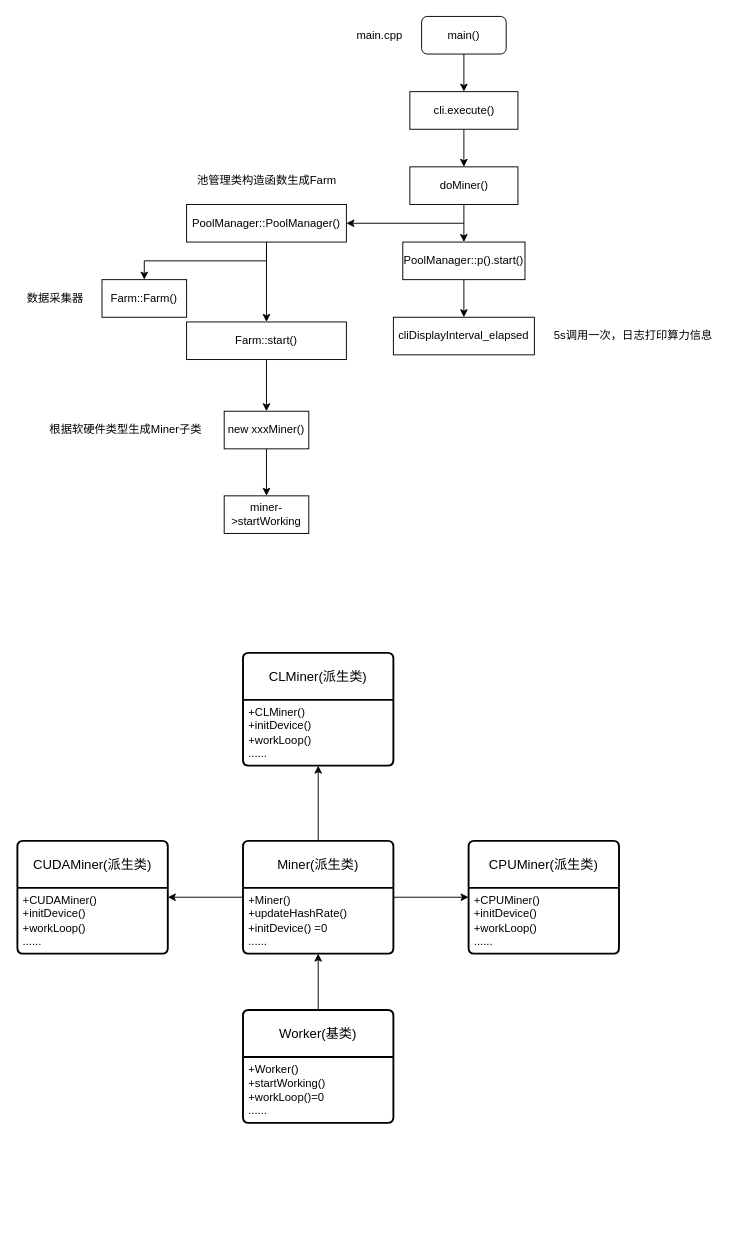
Above: doc/gpu-miner.drawio in WeddySong/ceph (draw.io), before the change. Source tidied: cells renumbered, new cells numbered last; positions are measured from the earlier drawing's top-left corner, leaving out a move shared by most shapes. Both pictures are drawn from the tidied source at 94%, with x=0, y=0 at pixel (17, 16).
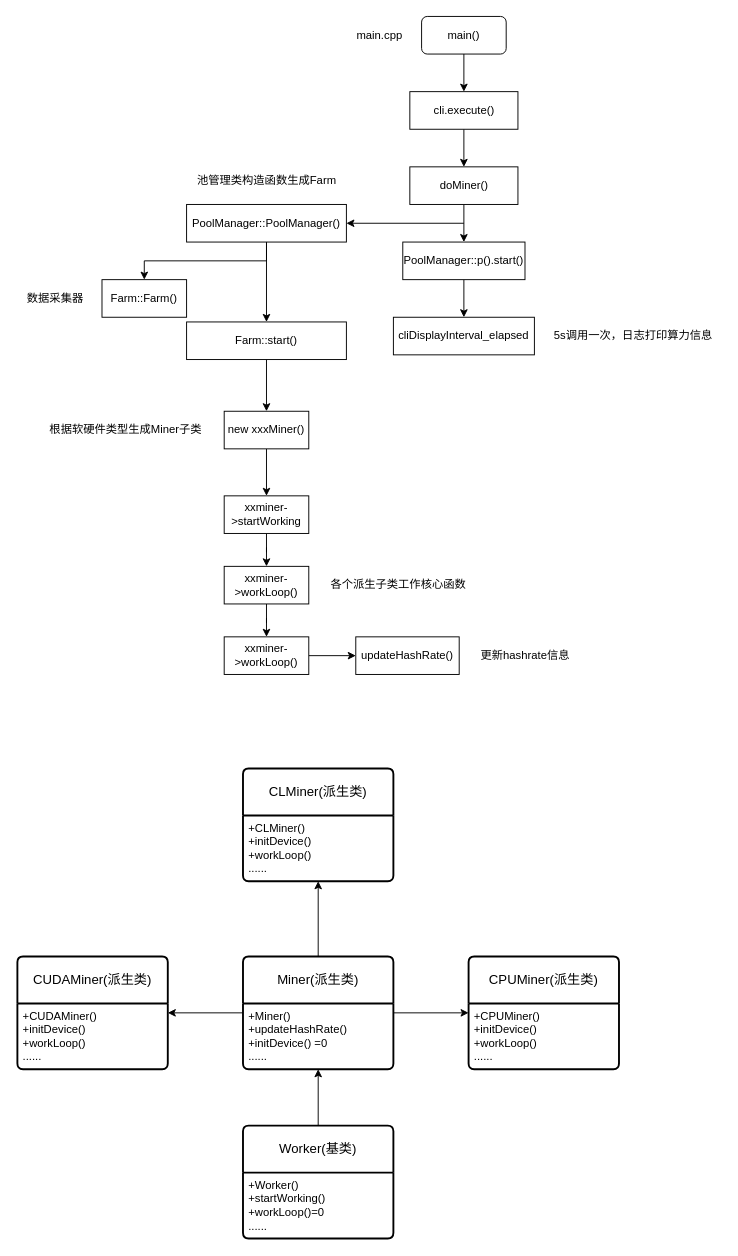
Above is the later version.

Change to the diagram source:
```diff
@@
+    <mxCell id="40" style="edgeStyle=orthogonalEdgeStyle;rounded=0;jettySize=auto;html=1;" parent="1" edge="1" source="25" target="42">
+      <mxGeometry relative="1" as="geometry" />
+    </mxCell>
-    <mxCell id="25" value="miner-&amp;gt;startWorking" style="rounded=0;whiteSpace=wrap;html=1;" parent="1" vertex="1">
+    <mxCell id="25" value="xxminer-&amp;gt;startWorking" style="rounded=0;whiteSpace=wrap;html=1;" parent="1" vertex="1">
       <mxGeometry x="220" y="510" width="90" height="40" as="geometry" />
     </mxCell>
@@
     <mxCell id="27" value="Worker(基类)" style="swimlane;horizontal=1;startSize=50;rounded=1;fontSize=14;fontStyle=0;strokeWidth=2;shadow=0;dashed=0;align=center;arcSize=4;whiteSpace=wrap;html=1;" parent="1" vertex="1">
-      <mxGeometry x="240" y="1057" width="160" height="120" as="geometry" />
+      <mxGeometry x="240" y="1180" width="160" height="120" as="geometry" />
     </mxCell>
@@
     <mxCell id="32" value="Miner(派生类)" style="swimlane;horizontal=1;startSize=50;rounded=1;fontSize=14;fontStyle=0;strokeWidth=2;shadow=0;dashed=0;align=center;arcSize=4;whiteSpace=wrap;html=1;" parent="1" vertex="1">
-      <mxGeometry x="240" y="877" width="160" height="120" as="geometry" />
+      <mxGeometry x="240" y="1000" width="160" height="120" as="geometry" />
     </mxCell>
@@
     <mxCell id="34" value="CPUMiner(派生类)" style="swimlane;horizontal=1;startSize=50;rounded=1;fontSize=14;fontStyle=0;strokeWidth=2;shadow=0;dashed=0;align=center;arcSize=4;whiteSpace=wrap;html=1;" parent="1" vertex="1">
-      <mxGeometry x="480" y="877" width="160" height="120" as="geometry" />
+      <mxGeometry x="480" y="1000" width="160" height="120" as="geometry" />
     </mxCell>
@@
     <mxCell id="36" value="CUDAMiner(派生类)" style="swimlane;horizontal=1;startSize=50;rounded=1;fontSize=14;fontStyle=0;strokeWidth=2;shadow=0;dashed=0;align=center;arcSize=4;whiteSpace=wrap;html=1;" parent="1" vertex="1">
-      <mxGeometry y="877" width="160" height="120" as="geometry" />
+      <mxGeometry y="1000" width="160" height="120" as="geometry" />
     </mxCell>
@@
     <mxCell id="38" value="CLMiner(派生类)" style="swimlane;horizontal=1;startSize=50;rounded=1;fontSize=14;fontStyle=0;strokeWidth=2;shadow=0;dashed=0;align=center;arcSize=4;whiteSpace=wrap;html=1;" parent="1" vertex="1">
-      <mxGeometry x="240" y="677" width="160" height="120" as="geometry" />
+      <mxGeometry x="240" y="800" width="160" height="120" as="geometry" />
     </mxCell>
@@
+    <mxCell id="41" style="edgeStyle=orthogonalEdgeStyle;rounded=0;jettySize=auto;html=1;" parent="1" edge="1" source="42" target="44">
+      <mxGeometry relative="1" as="geometry" />
+    </mxCell>
+    <mxCell id="42" value="xxminer-&amp;gt;workLoop()" style="rounded=0;whiteSpace=wrap;html=1;" parent="1" vertex="1">
+      <mxGeometry x="220" y="585" width="90" height="40" as="geometry" />
+    </mxCell>
+    <mxCell id="43" style="edgeStyle=orthogonalEdgeStyle;rounded=0;jettySize=auto;html=1;" parent="1" edge="1" source="44" target="46">
+      <mxGeometry relative="1" as="geometry" />
+    </mxCell>
+    <mxCell id="44" value="xxminer-&amp;gt;workLoop()" style="rounded=0;whiteSpace=wrap;html=1;" parent="1" vertex="1">
+      <mxGeometry x="220" y="660" width="90" height="40" as="geometry" />
+    </mxCell>
+    <mxCell id="45" value="各个派生子类工作核心函数" style="text;html=1;align=center;verticalAlign=middle;strokeColor=none;fillColor=none;" parent="1" vertex="1">
+      <mxGeometry x="320" y="590" width="170" height="30" as="geometry" />
+    </mxCell>
+    <mxCell id="46" value="updateHashRate()" style="rounded=0;whiteSpace=wrap;html=1;" parent="1" vertex="1">
+      <mxGeometry x="360" y="660" width="110" height="40" as="geometry" />
+    </mxCell>
+    <mxCell id="47" value="更新hashrate信息" style="text;html=1;align=center;verticalAlign=middle;strokeColor=none;fillColor=none;" parent="1" vertex="1">
+      <mxGeometry x="480" y="665" width="120" height="30" as="geometry" />
+    </mxCell>
```
